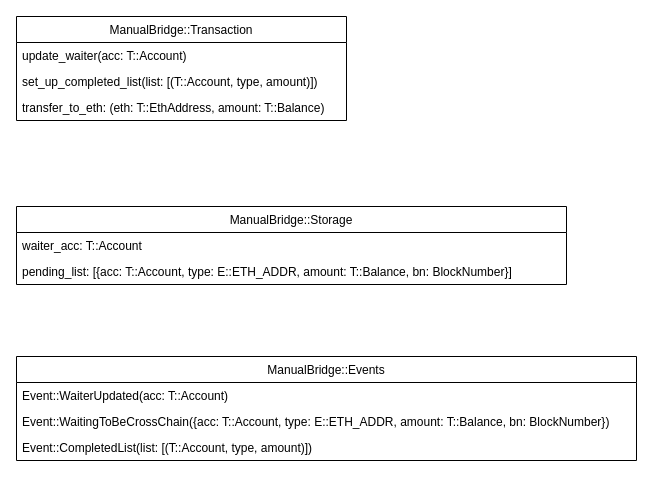
Earlier version of the draw.io diagram page "外部签名方法" (2 of 2) of 简易转账流程.drawio (kami1983/umls). Source tidied: cells renumbered, new cells numbered last; positions are measured from the earlier drawing's top-left corner, leaving out a move shared by most shapes. Both pictures are drawn from the tidied source at 100%, with x=0, y=0 at pixel (16, 16).
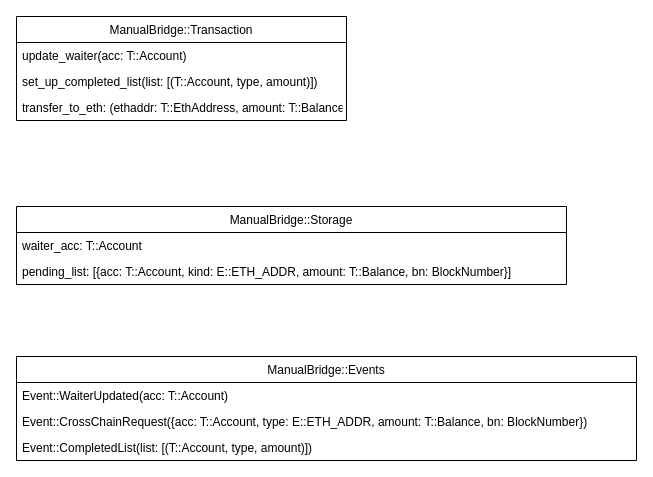
The same page after the edit.

Commit message:
Update 简易转账流程.drawio

The edit, as a diff of the source:
```diff
@@
 <mxGraphModel>
   <root>
     <mxCell id="0" />
     <mxCell id="1" parent="0" />
     <mxCell id="2" value="ManualBridge::Transaction" style="swimlane;fontStyle=0;horizontal=1;startSize=26;fillColor=none;" parent="1" vertex="1">
       <mxGeometry width="330" height="104" as="geometry" />
     </mxCell>
     <mxCell id="3" value="update_waiter(acc: T::Account)" style="text;strokeColor=none;fillColor=none;align=left;verticalAlign=top;spacingLeft=4;spacingRight=4;overflow=hidden;" parent="2" vertex="1">
       <mxGeometry y="26" width="330" height="26" as="geometry" />
     </mxCell>
     <mxCell id="4" value="set_up_completed_list(list: [(T::Account, type, amount)])" style="text;strokeColor=none;fillColor=none;align=left;verticalAlign=top;spacingLeft=4;spacingRight=4;overflow=hidden;" parent="2" vertex="1">
       <mxGeometry y="52" width="330" height="26" as="geometry" />
     </mxCell>
-    <mxCell id="5" value="transfer_to_eth: (eth: T::EthAddress, amount: T::Balance)" style="text;strokeColor=none;fillColor=none;align=left;verticalAlign=top;spacingLeft=4;spacingRight=4;overflow=hidden;" parent="2" vertex="1">
+    <mxCell id="5" value="transfer_to_eth: (ethaddr: T::EthAddress, amount: T::Balance)" style="text;strokeColor=none;fillColor=none;align=left;verticalAlign=top;spacingLeft=4;spacingRight=4;overflow=hidden;" parent="2" vertex="1">
       <mxGeometry y="78" width="330" height="26" as="geometry" />
     </mxCell>
     <mxCell id="6" value="ManualBridge::Storage" style="swimlane;fontStyle=0;horizontal=1;startSize=26;fillColor=none;" parent="1" vertex="1">
       <mxGeometry y="190" width="550" height="78" as="geometry" />
     </mxCell>
     <mxCell id="7" value="waiter_acc: T::Account" style="text;strokeColor=none;fillColor=none;align=left;verticalAlign=top;spacingLeft=4;spacingRight=4;overflow=hidden;" parent="6" vertex="1">
       <mxGeometry y="26" width="550" height="26" as="geometry" />
     </mxCell>
-    <mxCell id="8" value="pending_list: [{acc: T::Account, type: E::ETH_ADDR, amount: T::Balance, bn: BlockNumber}]" style="text;strokeColor=none;fillColor=none;align=left;verticalAlign=top;spacingLeft=4;spacingRight=4;overflow=hidden;" parent="6" vertex="1">
+    <mxCell id="8" value="pending_list: [{acc: T::Account, kind: E::ETH_ADDR, amount: T::Balance, bn: BlockNumber}]" style="text;strokeColor=none;fillColor=none;align=left;verticalAlign=top;spacingLeft=4;spacingRight=4;overflow=hidden;" parent="6" vertex="1">
       <mxGeometry y="52" width="550" height="26" as="geometry" />
     </mxCell>
     <mxCell id="9" value="ManualBridge::Events" style="swimlane;fontStyle=0;horizontal=1;startSize=26;fillColor=none;" parent="1" vertex="1">
       <mxGeometry y="340" width="620" height="104" as="geometry" />
     </mxCell>
     <mxCell id="10" value="Event::WaiterUpdated(acc: T::Account)" style="text;strokeColor=none;fillColor=none;align=left;verticalAlign=top;spacingLeft=4;spacingRight=4;overflow=hidden;" parent="9" vertex="1">
       <mxGeometry y="26" width="620" height="26" as="geometry" />
     </mxCell>
-    <mxCell id="11" value="Event::WaitingToBeCrossChain({acc: T::Account, type: E::ETH_ADDR, amount: T::Balance, bn: BlockNumber})" style="text;strokeColor=none;fillColor=none;align=left;verticalAlign=top;spacingLeft=4;spacingRight=4;overflow=hidden;" parent="9" vertex="1">
+    <mxCell id="11" value="Event::CrossChainRequest({acc: T::Account, type: E::ETH_ADDR, amount: T::Balance, bn: BlockNumber})" style="text;strokeColor=none;fillColor=none;align=left;verticalAlign=top;spacingLeft=4;spacingRight=4;overflow=hidden;" parent="9" vertex="1">
       <mxGeometry y="52" width="620" height="26" as="geometry" />
     </mxCell>
     <mxCell id="12" value="Event::CompletedList(list: [(T::Account, type, amount)])" style="text;strokeColor=none;fillColor=none;align=left;verticalAlign=top;spacingLeft=4;spacingRight=4;overflow=hidden;" parent="9" vertex="1">
       <mxGeometry y="78" width="620" height="26" as="geometry" />
     </mxCell>
   </root>
 </mxGraphModel>
```
